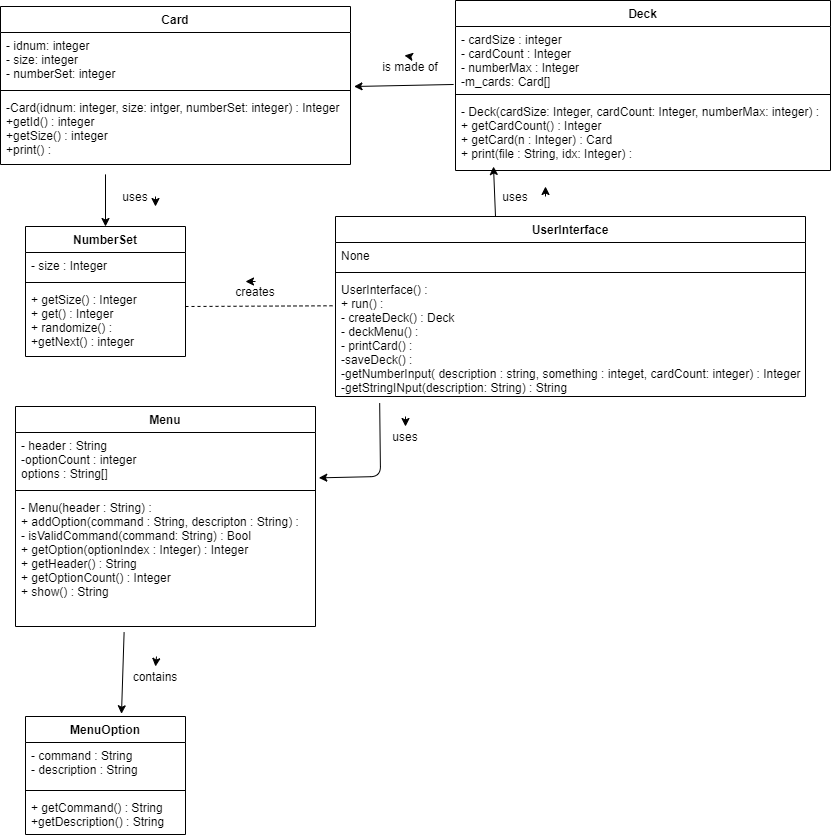
This is doc/UML_Class_Diagram.png from MarcarianS/cs1440-marcarian-shelby-assn3, a draw.io export, as it was before one commit. Source tidied: cells renumbered, new cells last; positions are measured from the earlier drawing's top-left corner, leaving out a move shared by most shapes.
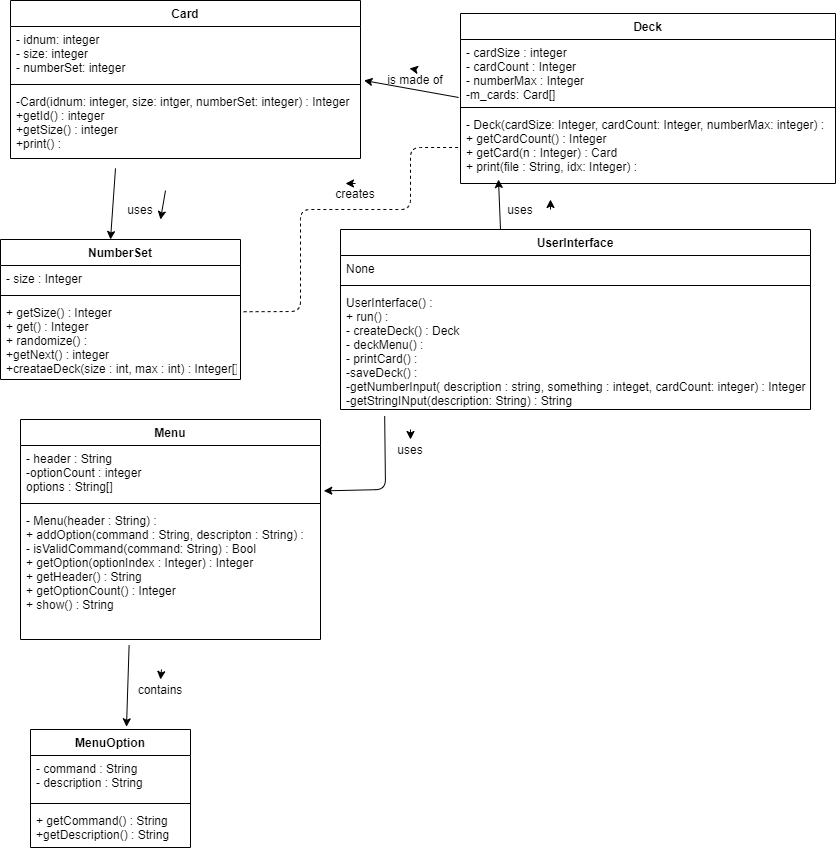
The same diagram one commit later.

What changed in the source:
```diff
@@ -3,7 +3,7 @@
     <mxCell id="0" />
     <mxCell id="1" parent="0" />
     <mxCell id="2" value="Card" style="swimlane;fontStyle=1;align=center;verticalAlign=top;horizontal=1;startSize=26;" parent="1" vertex="1">
-      <mxGeometry y="6" width="350" height="158" as="geometry" />
+      <mxGeometry x="5" y="-13" width="350" height="158" as="geometry" />
     </mxCell>
     <mxCell id="3" value="- idnum: integer&#10;- size: integer&#10;- numberSet: integer" style="text;strokeColor=none;fillColor=none;align=left;verticalAlign=top;spacingLeft=4;spacingRight=4;overflow=hidden;points=[[0,0.5],[1,0.5]];portConstraint=eastwest;" parent="2" vertex="1">
       <mxGeometry y="26" width="350" height="54" as="geometry" />
@@ -20,16 +20,16 @@
       </mxGeometry>
     </mxCell>
     <mxCell id="7" value="NumberSet" style="swimlane;fontStyle=1;align=center;verticalAlign=top;horizontal=1;startSize=26;" parent="1" vertex="1">
-      <mxGeometry x="25" y="226" width="160" height="130" as="geometry" />
+      <mxGeometry x="-5" y="226" width="240" height="140" as="geometry" />
     </mxCell>
     <mxCell id="8" value="- size : Integer" style="text;strokeColor=none;fillColor=none;align=left;verticalAlign=top;spacingLeft=4;spacingRight=4;overflow=hidden;" parent="7" vertex="1">
-      <mxGeometry y="26" width="160" height="26" as="geometry" />
+      <mxGeometry y="26" width="240" height="26" as="geometry" />
     </mxCell>
     <mxCell id="9" style="line;strokeWidth=1;fillColor=none;align=left;verticalAlign=middle;spacingTop=-1;spacingLeft=3;spacingRight=3;labelPosition=right;" parent="7" vertex="1">
-      <mxGeometry y="52" width="160" height="8" as="geometry" />
+      <mxGeometry y="52" width="240" height="8" as="geometry" />
     </mxCell>
-    <mxCell id="10" value="+ getSize() : Integer&#10;+ get() : Integer&#10;+ randomize() : &#10;+getNext() : integer" style="text;strokeColor=none;fillColor=none;align=left;verticalAlign=top;spacingLeft=4;spacingRight=4;overflow=hidden;points=[[0,0.5],[1,0.5]];portConstraint=eastwest;" parent="7" vertex="1">
-      <mxGeometry y="60" width="160" height="70" as="geometry" />
+    <mxCell id="10" value="+ getSize() : Integer&#10;+ get() : Integer&#10;+ randomize() : &#10;+getNext() : integer&#10;+creataeDeck(size : int, max : int) : Integer[]" style="text;strokeColor=none;fillColor=none;align=left;verticalAlign=top;spacingLeft=4;spacingRight=4;overflow=hidden;points=[[0,0.5],[1,0.5]];portConstraint=eastwest;" parent="7" vertex="1">
+      <mxGeometry y="60" width="240" height="80" as="geometry" />
     </mxCell>
     <mxCell id="11" value="MenuOption" style="swimlane;fontStyle=1;align=center;verticalAlign=top;horizontal=1;startSize=26;" parent="1" vertex="1">
       <mxGeometry x="25" y="716" width="160" height="118" as="geometry" />
@@ -115,13 +115,18 @@
     <mxCell id="34" value="uses" style="text;html=1;strokeColor=none;fillColor=none;align=center;verticalAlign=middle;whiteSpace=wrap;rounded=0;" parent="1" vertex="1">
       <mxGeometry x="385" y="426" width="40" height="20" as="geometry" />
     </mxCell>
-    <mxCell id="35" style="endArrow=none;dashed=1;html=1;entryX=-0.001;entryY=0.244;entryDx=0;entryDy=0;entryPerimeter=0;" parent="1" edge="1" target="27">
+    <mxCell id="35" style="endArrow=none;dashed=1;html=1;entryX=0;entryY=0.5;entryDx=0;entryDy=0;exitX=1.013;exitY=0.153;exitDx=0;exitDy=0;exitPerimeter=0;" parent="1" edge="1" source="10" target="23">
       <mxGeometry relative="1" as="geometry">
-        <mxPoint x="185" y="306" as="sourcePoint" />
+        <Array as="points">
+          <mxPoint x="295" y="298" />
+          <mxPoint x="295" y="196" />
+          <mxPoint x="405" y="196" />
+          <mxPoint x="405" y="134" />
+        </Array>
       </mxGeometry>
     </mxCell>
     <mxCell id="36" value="creates" style="text;html=1;strokeColor=none;fillColor=none;align=center;verticalAlign=middle;whiteSpace=wrap;rounded=0;" parent="1" vertex="1">
-      <mxGeometry x="235" y="281" width="40" height="20" as="geometry" />
+      <mxGeometry x="330" y="170" width="40" height="20" as="geometry" />
     </mxCell>
     <mxCell id="37" style="endArrow=classic;html=1;" parent="1" edge="1">
       <mxGeometry relative="1" as="geometry">
@@ -132,10 +137,8 @@
     <mxCell id="38" value="contains" style="text;html=1;strokeColor=none;fillColor=none;align=center;verticalAlign=middle;whiteSpace=wrap;rounded=0;" parent="1" vertex="1">
       <mxGeometry x="135" y="666" width="40" height="20" as="geometry" />
     </mxCell>
-    <mxCell id="39" style="endArrow=classic;html=1;entryX=0.25;entryY=0;entryDx=0;entryDy=0;" parent="1" edge="1" target="36">
-      <mxGeometry relative="1" as="geometry">
-        <mxPoint x="255" y="281" as="sourcePoint" />
-      </mxGeometry>
+    <mxCell id="39" style="endArrow=classic;html=1;entryX=0.25;entryY=0;entryDx=0;entryDy=0;exitX=0.5;exitY=0;exitDx=0;exitDy=0;" parent="1" edge="1" source="36" target="36">
+      <mxGeometry relative="1" as="geometry" />
     </mxCell>
     <mxCell id="40" style="endArrow=classic;html=1;" parent="1" edge="1">
       <mxGeometry relative="1" as="geometry">
```
